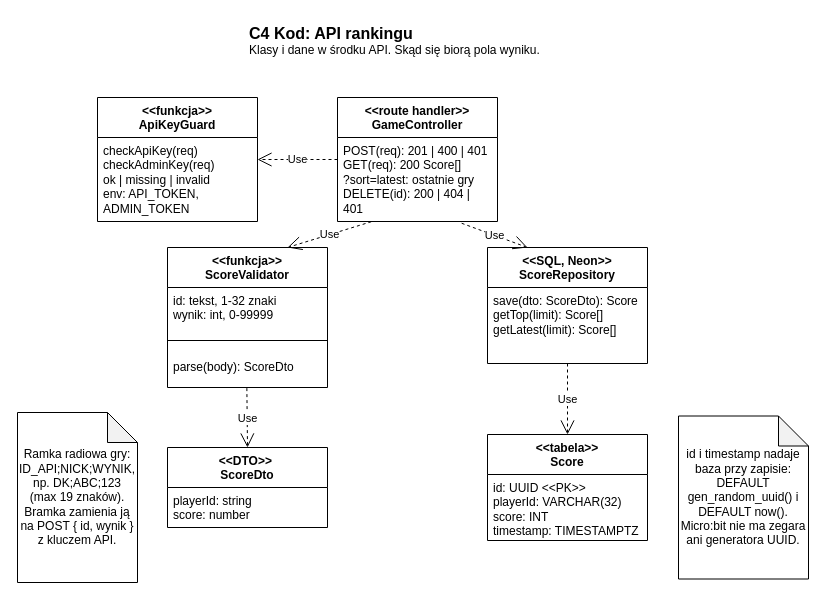
This is page "C4 Kod API" (4 of 4) of docs/c4-ranking.drawio from Damikk19/Sem5_JiPP, a draw.io file, before an edit. Source tidied: cells renumbered, new cells numbered last; positions are measured from the earlier drawing's top-left corner, leaving out a move shared by most shapes. Both pictures are drawn from the tidied source at 100%, with x=0, y=0 at pixel (17, 17).
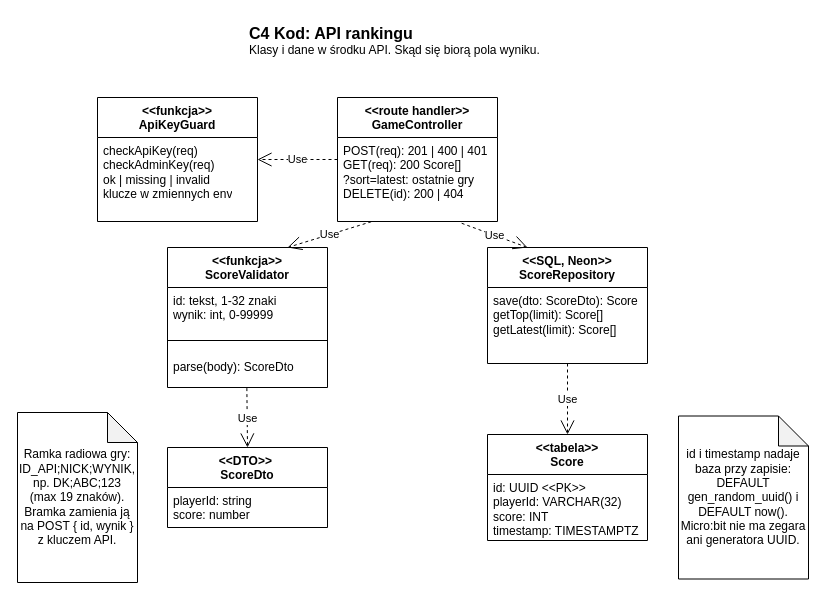
The same diagram, later.

Commit message:
C4: krótsze opisy

The change refers to these unchanged cells:
```xml
<mxCell id="3" value="&lt;div&gt;&amp;lt;&amp;lt;route handler&amp;gt;&amp;gt;&lt;/div&gt;&lt;div&gt;GameController&lt;/div&gt;" style="swimlane;fontStyle=1;align=center;verticalAlign=top;horizontal=1;startSize=40;whiteSpace=wrap;html=1;" parent="1" vertex="1">
  <mxGeometry x="320" y="80" width="160" height="124" as="geometry" />
</mxCell>
<mxCell id="5" value="&lt;div&gt;&amp;lt;&amp;lt;funkcja&amp;gt;&amp;gt;&lt;/div&gt;&lt;div&gt;ApiKeyGuard&lt;/div&gt;" style="swimlane;fontStyle=1;align=center;verticalAlign=top;horizontal=1;startSize=40;whiteSpace=wrap;html=1;" parent="1" vertex="1">
  <mxGeometry x="80" y="80" width="160" height="124" as="geometry" />
</mxCell>
```

What changed in the source:
```diff
@@
-    <mxCell id="4" value="&lt;div&gt;POST(req): 201 | 400 | 401&lt;/div&gt;&lt;div&gt;GET(req): 200 Score[]&lt;/div&gt;&lt;div&gt;?sort=latest: ostatnie gry&lt;/div&gt;&lt;div&gt;DELETE(id): 200 | 404 | 401&lt;/div&gt;" style="text;strokeColor=none;fillColor=none;align=left;verticalAlign=top;spacingLeft=4;spacingRight=4;overflow=hidden;points=[[0,0.5],[1,0.5]];portConstraint=eastwest;whiteSpace=wrap;html=1;" parent="3" vertex="1">
+    <mxCell id="4" value="&lt;div&gt;POST(req): 201 | 400 | 401&lt;/div&gt;&lt;div&gt;GET(req): 200 Score[]&lt;/div&gt;&lt;div&gt;?sort=latest: ostatnie gry&lt;/div&gt;&lt;div&gt;DELETE(id): 200 | 404&lt;/div&gt;" style="text;strokeColor=none;fillColor=none;align=left;verticalAlign=top;spacingLeft=4;spacingRight=4;overflow=hidden;points=[[0,0.5],[1,0.5]];portConstraint=eastwest;whiteSpace=wrap;html=1;" parent="3" vertex="1">
       <mxGeometry y="40" width="160" height="84" as="geometry" />
     </mxCell>
@@
-    <mxCell id="6" value="&lt;div&gt;checkApiKey(req)&lt;/div&gt;&lt;div&gt;checkAdminKey(req)&lt;/div&gt;&lt;div&gt;ok | missing | invalid&lt;/div&gt;&lt;div&gt;env: API_TOKEN, ADMIN_TOKEN&lt;/div&gt;" style="text;strokeColor=none;fillColor=none;align=left;verticalAlign=top;spacingLeft=4;spacingRight=4;overflow=hidden;whiteSpace=wrap;html=1;" parent="5" vertex="1">
+    <mxCell id="6" value="&lt;div&gt;checkApiKey(req)&lt;/div&gt;&lt;div&gt;checkAdminKey(req)&lt;/div&gt;&lt;div&gt;ok | missing | invalid&lt;/div&gt;&lt;div&gt;klucze w zmiennych env&lt;/div&gt;" style="text;strokeColor=none;fillColor=none;align=left;verticalAlign=top;spacingLeft=4;spacingRight=4;overflow=hidden;whiteSpace=wrap;html=1;" parent="5" vertex="1">
       <mxGeometry y="40" width="160" height="84" as="geometry" />
     </mxCell>
```
